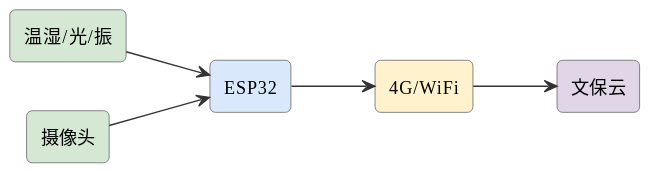
Before: assets/diagrams/ideas-fig118.svg, a diagram exported from PlantUML (mingyi0818/IntelligentMcuCourse).
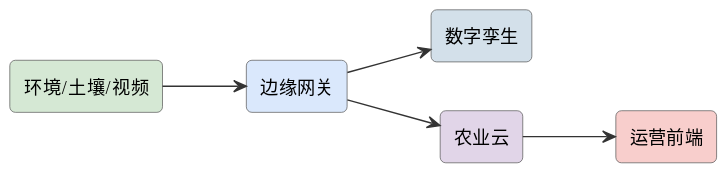
The same file after the commit.

What changed in the source:
```diff
@@ -6,13 +6,13 @@
 skinparam arrowFontSize 11
 skinparam arrowColor #333
 left to right direction
-rectangle "温湿/光/振" as s #d5e8d4
-rectangle "ESP32" as esp #dae8fc
-rectangle "摄像头" as cam #d5e8d4
-rectangle "4G/WiFi" as net #fff2cc
-rectangle "文保云" as cloud #e1d5e8
-s --> esp
-cam --> esp
-esp --> net
-net --> cloud
+rectangle "环境/土壤/视频" as s #d5e8d4
+rectangle "边缘网关" as edge #dae8fc
+rectangle "数字孪生" as tw #d3e0ea
+rectangle "农业云" as cloud #e1d5e8
+rectangle "运营前端" as ops #f8cecc
+s --> edge
+edge --> tw
+edge --> cloud
+cloud --> ops
 @enduml
```
